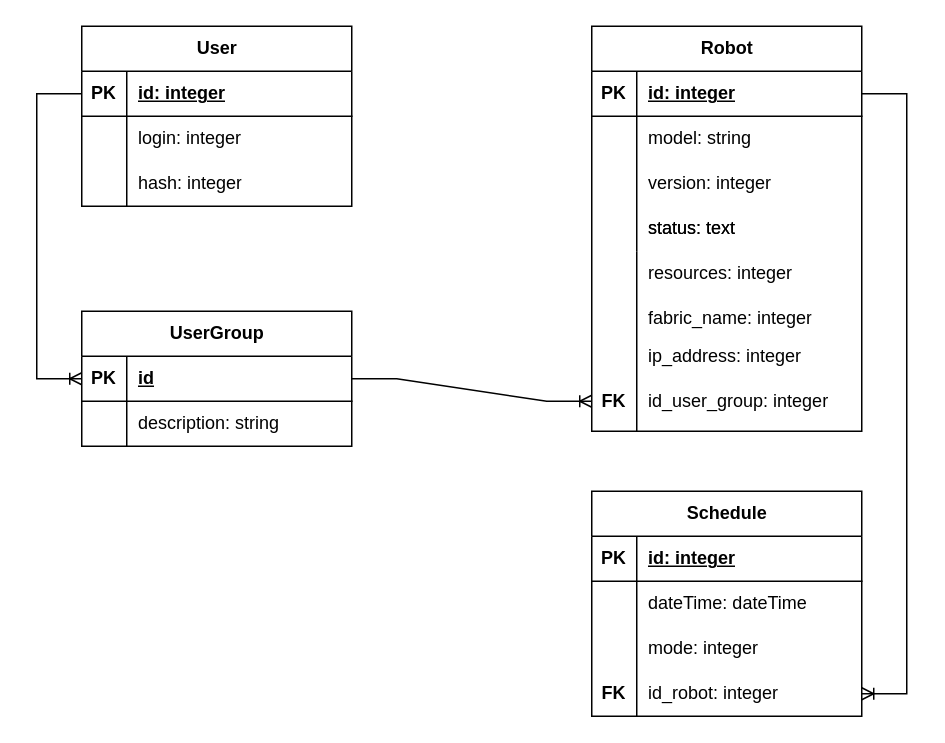
RumyancevaOlga/Software_Architecture_Python keeps this draw.io diagram as Home_Work_10/erd.drawio. Above is the earlier version. Source tidied: cells renumbered, new cells numbered last; positions are measured from the earlier drawing's top-left corner, leaving out a move shared by most shapes. Both pictures are drawn from the tidied source at 150%, with x=0, y=0 at pixel (36, 26).
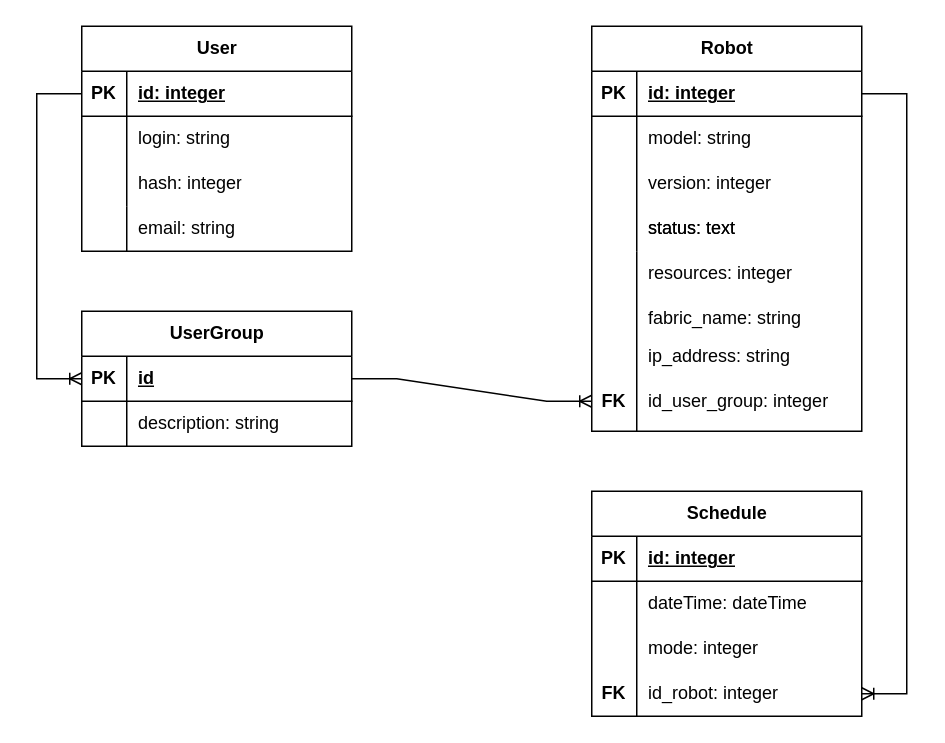
The same page after the edit.

The change refers to these unchanged cells:
```xml
<mxCell id="6" style="shape=tableRow;horizontal=0;startSize=0;swimlaneHead=0;swimlaneBody=0;fillColor=none;top=0;left=0;right=0;bottom=0;" parent="2" vertex="1">
  <mxGeometry y="60" width="180" height="30" as="geometry" />
</mxCell>
```

What changed in the source:
```diff
@@
     <mxCell id="2" value="User" style="shape=table;startSize=30;childLayout=tableLayout;rowLines=0;fontStyle=1;align=center;html=1;" parent="1" vertex="1">
-      <mxGeometry x="30" width="180" height="120" as="geometry" />
+      <mxGeometry x="30" width="180" height="150" as="geometry" />
     </mxCell>
@@
-    <mxCell id="8" value="login: integer" style="shape=partialRectangle;fillColor=none;top=0;left=0;bottom=0;right=0;align=left;spacingLeft=6;overflow=hidden;whiteSpace=wrap;html=1;" parent="6" vertex="1">
+    <mxCell id="8" value="login: string" style="shape=partialRectangle;fillColor=none;top=0;left=0;bottom=0;right=0;align=left;spacingLeft=6;overflow=hidden;whiteSpace=wrap;html=1;" parent="6" vertex="1">
       <mxGeometry x="30" width="150" height="30" as="geometry" />
     </mxCell>
@@
-    <mxCell id="31" value="fabric_name: integer" style="shape=partialRectangle;fillColor=none;top=0;left=0;bottom=0;right=0;align=left;spacingLeft=6;overflow=hidden;whiteSpace=wrap;html=1;" parent="1" vertex="1">
+    <mxCell id="31" value="fabric_name: string" style="shape=partialRectangle;fillColor=none;top=0;left=0;bottom=0;right=0;align=left;spacingLeft=6;overflow=hidden;whiteSpace=wrap;html=1;" parent="1" vertex="1">
       <mxGeometry x="400" y="180" width="150" height="30" as="geometry" />
     </mxCell>
-    <mxCell id="32" value="ip_address: integer" style="shape=partialRectangle;fillColor=none;top=0;left=0;bottom=0;right=0;align=left;spacingLeft=6;overflow=hidden;whiteSpace=wrap;html=1;" parent="1" vertex="1">
+    <mxCell id="32" value="ip_address: string" style="shape=partialRectangle;fillColor=none;top=0;left=0;bottom=0;right=0;align=left;spacingLeft=6;overflow=hidden;whiteSpace=wrap;html=1;" parent="1" vertex="1">
       <mxGeometry x="400" y="210" width="150" height="20" as="geometry" />
     </mxCell>
@@
+    <mxCell id="60" value="email: string" style="shape=partialRectangle;fillColor=none;top=0;left=0;bottom=0;right=0;align=left;spacingLeft=6;overflow=hidden;whiteSpace=wrap;html=1;" parent="1" vertex="1">
+      <mxGeometry x="60" y="120" width="150" height="30" as="geometry" />
+    </mxCell>
+    <mxCell id="61" style="endArrow=none;html=1;rounded=0;" parent="1" edge="1">
+      <mxGeometry relative="1" as="geometry">
+        <mxPoint x="60" y="150" as="sourcePoint" />
+        <mxPoint x="60" y="120" as="targetPoint" />
+      </mxGeometry>
+    </mxCell>
```
